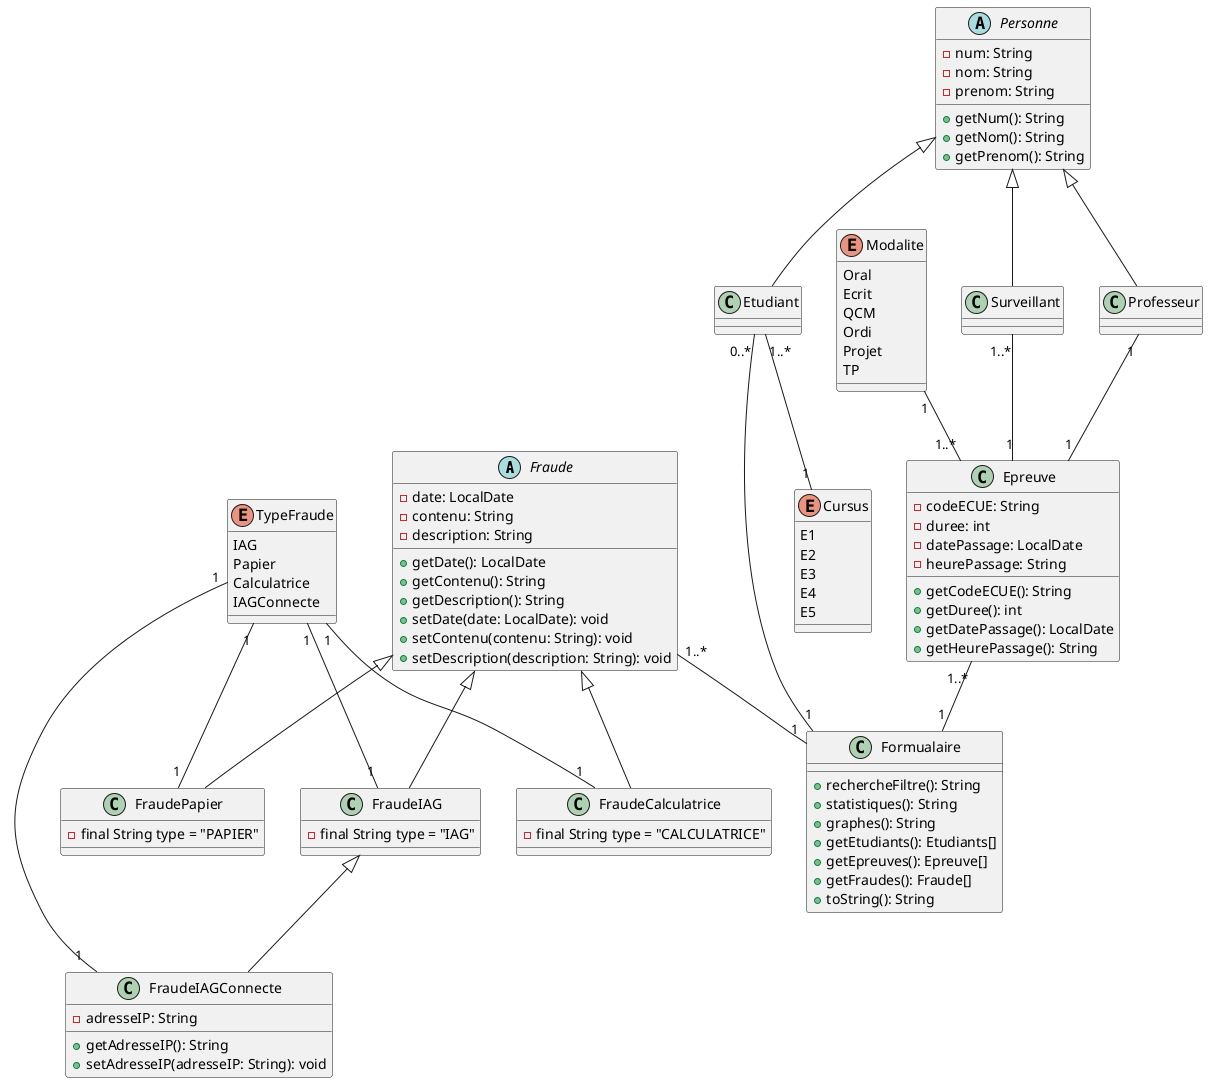
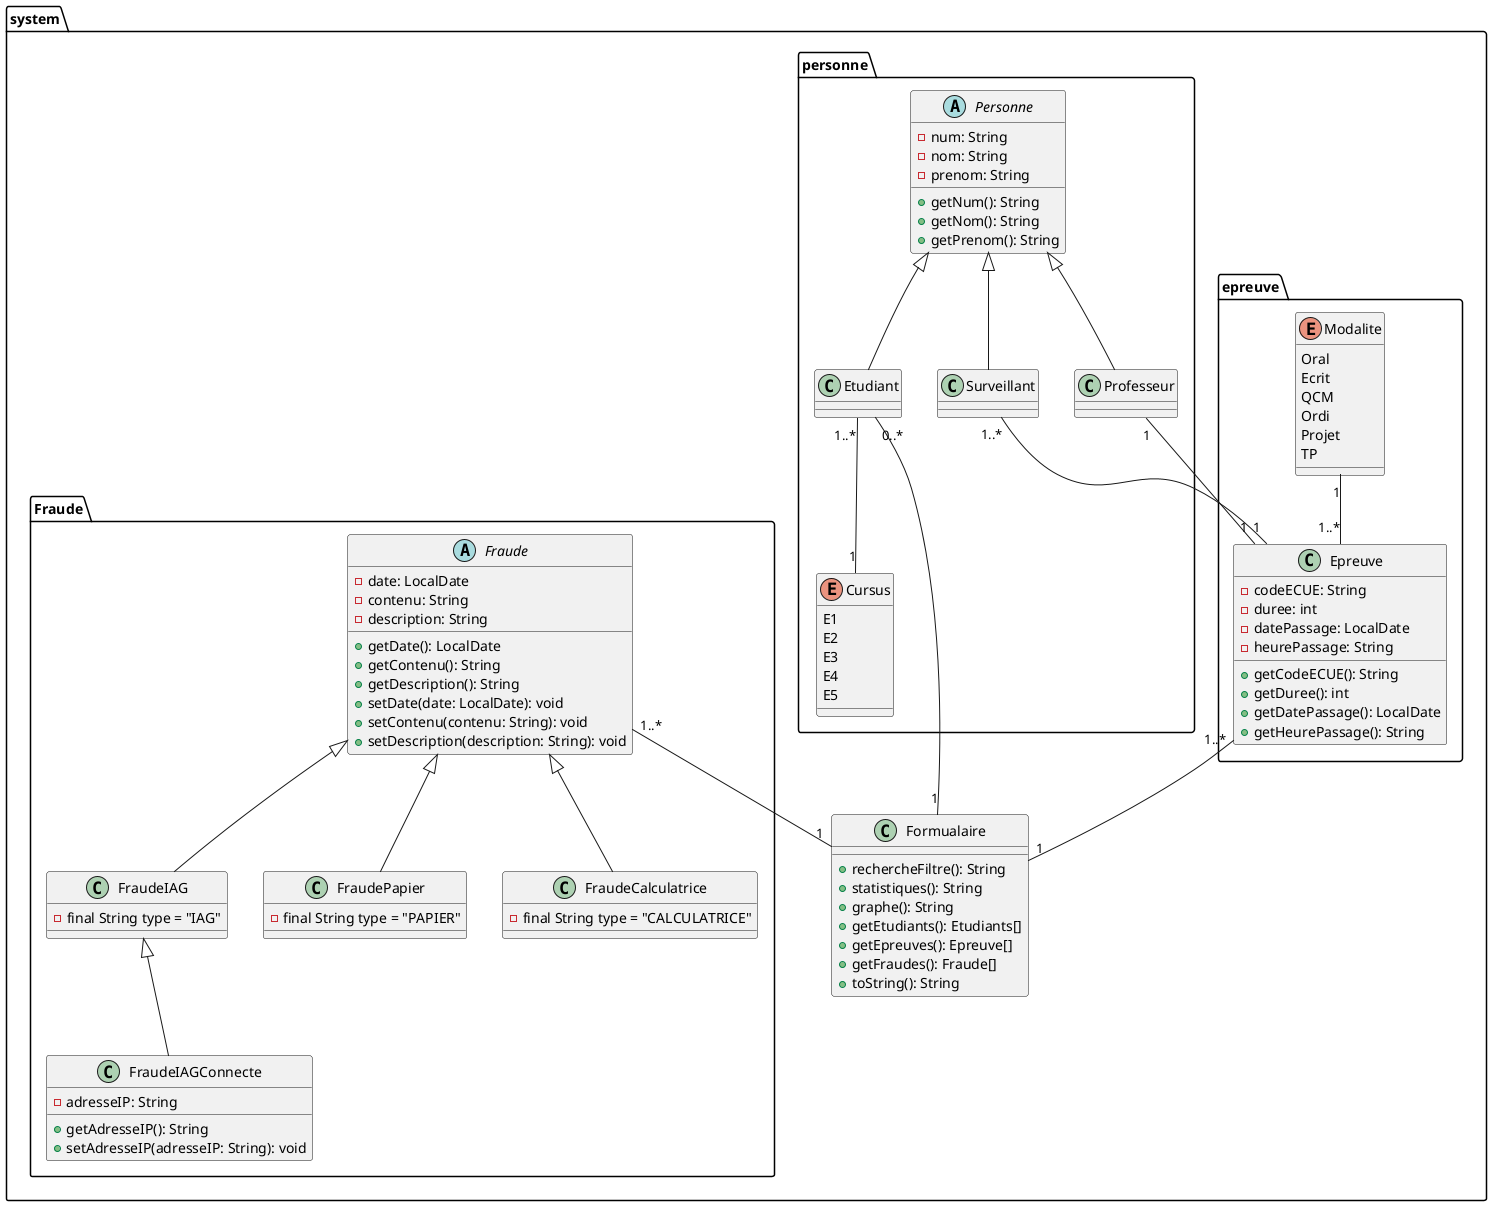
@startuml

+ package "system.epreuve" {
+ 
+     class Epreuve {
+         - codeECUE: String
+         - duree: int
+         - datePassage: LocalDate
+         - heurePassage: String
+         + getCodeECUE(): String
+         + getDuree(): int
+         + getDatePassage(): LocalDate
+         + getHeurePassage(): String
+     }


- abstract class Fraude {
-     - date: LocalDate
-     - contenu: String
-     - description: String
- 
-     + getDate(): LocalDate
-     + getContenu(): String
-     + getDescription(): String
-     + setDate(date: LocalDate): void
-     + setContenu(contenu: String): void
-     + setDescription(description: String): void
- 
- }
- 
- class FraudeIAG extends Fraude {
-     - final String type = "IAG"
+     Enum Modalite {
+         Oral
+         Ecrit
+         QCM
+         Ordi
+         Projet
+         TP
+     }


}
- 
- class FraudePapier extends Fraude {
-     - final String type = "PAPIER"
- 
- 
- }
- class FraudeCalculatrice extends Fraude {
-     - final String type = "CALCULATRICE"
- 
- 
- }
- 
- 
- 
- class FraudeIAGConnecte extends FraudeIAG {
- 
-     - adresseIP: String
-     + getAdresseIP(): String
-     + setAdresseIP(adresseIP: String): void
- 
- }
- class Epreuve {
-     - codeECUE: String
-     - duree: int
-     - datePassage: LocalDate
-     - heurePassage: String
-     + getCodeECUE(): String
-     + getDuree(): int
-     + getDatePassage(): LocalDate
-     + getHeurePassage(): String
- 
- 
- 
- }
- 
- abstract Personne {
-     - num: String
-     - nom: String
-     - prenom: String
-     + getNum(): String
-     + getNom(): String
-     + getPrenom(): String
- 
- }
- 
- class Etudiant extends Personne{
- 
-     }
- class Surveillant extends Personne{
- 
-     }
- class Professeur extends Personne{
+ package "system.personne" {
+     abstract Personne {
+         - num: String
+         - nom: String
+         - prenom: String
+         + getNum(): String
+         + getNom(): String
+         + getPrenom(): String

    }

- class Formualaire {
-     + rechercheFiltre(): String
-     + statistiques(): String
-     + graphes(): String
-     + getEtudiants(): Etudiants[]
-     + getEpreuves(): Epreuve[]
-     + getFraudes(): Fraude[]
-     + toString(): String
+     class Etudiant extends Personne{

+         }
+     class Surveillant extends Personne{

+         }
+     class Professeur extends Personne{
+ 
+         }
+     Enum Cursus {
+         E1
+         E2
+         E3
+         E4
+         E5
+     }

}
+ package "system.Fraude"{
+     abstract class Fraude {
+         - date: LocalDate
+         - contenu: String
+         - description: String

- Enum TypeFraude {
-     IAG
-     Papier
-     Calculatrice
-     IAGConnecte
+         + getDate(): LocalDate
+         + getContenu(): String
+         + getDescription(): String
+         + setDate(date: LocalDate): void
+         + setContenu(contenu: String): void
+         + setDescription(description: String): void
+ 
+     }
+ 
+     class FraudeIAG extends Fraude {
+         - final String type = "IAG"
+     }
+ 
+     class FraudePapier extends Fraude {
+         - final String type = "PAPIER"
+     }
+ 
+     class FraudeCalculatrice extends Fraude {
+         - final String type = "CALCULATRICE"
+     }
+     class FraudeIAGConnecte extends FraudeIAG {
+ 
+         - adresseIP: String
+         + getAdresseIP(): String
+         + setAdresseIP(adresseIP: String): void
+     }
+ }
+ package "system" {
+     class Formualaire {
+          + rechercheFiltre(): String
+          + statistiques(): String
+          + graphe(): String
+          + getEtudiants(): Etudiants[]
+          + getEpreuves(): Epreuve[]
+          + getFraudes(): Fraude[]
+          + toString(): String
+      }
}

- Enum Modalite {
-     Oral
-     Ecrit
-     QCM
-     Ordi
-     Projet
-     TP
- }
- 
- Enum Cursus {
-     E1
-     E2
-     E3
-     E4
-     E5
- }
- TypeFraude "1" -- "1" FraudeIAG
- TypeFraude "1"--"1" FraudePapier
- TypeFraude "1"--"1" FraudeCalculatrice
- TypeFraude "1"--"1" FraudeIAGConnecte
Modalite "1"--"1..*" Epreuve
Professeur "1"--"1" Epreuve
Surveillant "1..*"--"1" Epreuve
Etudiant "1..*"--"1" Cursus
- Fraude "1..*"--"1" Formualaire
+ "system.Fraude.Fraude" "1..*"--"1" Formualaire
Epreuve "1..*"--"1" Formualaire
Etudiant "0..*"--"1" Formualaire

@enduml